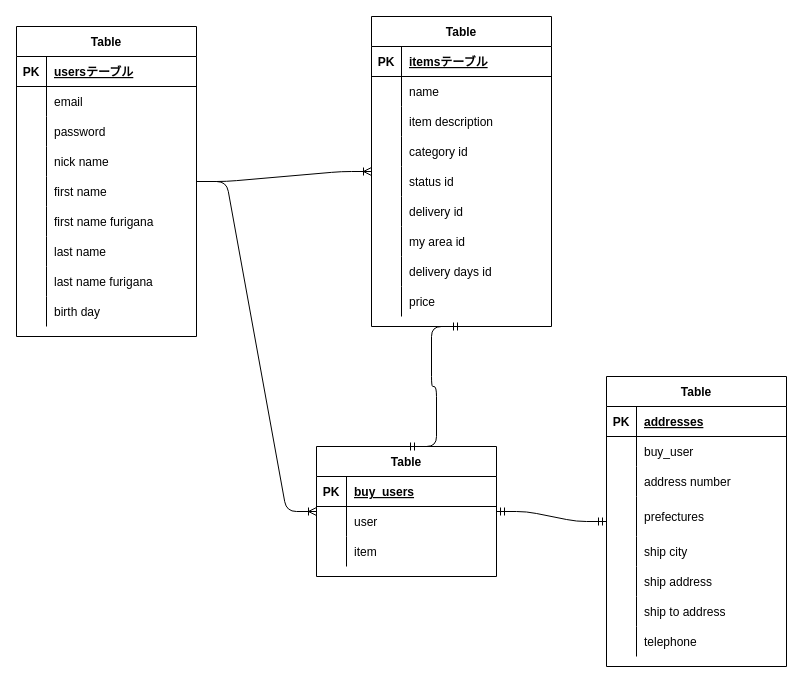
kakipp/furima-34508 keeps this draw.io diagram as test.dio. Above is the earlier version. Source tidied: cells renumbered, new cells numbered last; positions are measured from the earlier drawing's top-left corner, leaving out a move shared by most shapes. Both pictures are drawn from the tidied source at 100%, with x=0, y=0 at pixel (16, 16).
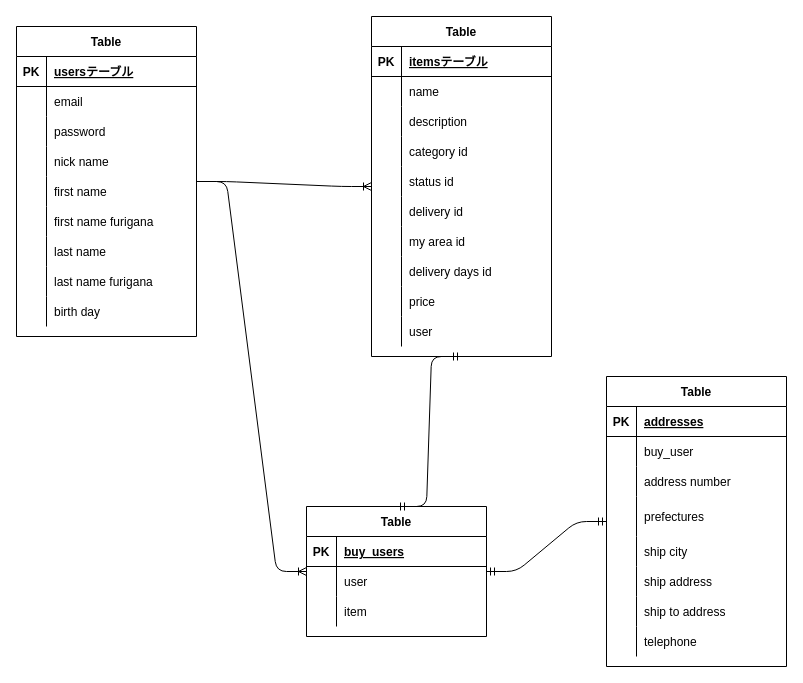
The same diagram, later.

Commit message (it also covers changes not shown here):
テーブル設計の修正4

Unchanged cells that the change refers to:
```xml
<mxCell id="37" style="shape=partialRectangle;fillColor=none;top=0;left=0;bottom=0;right=0;" parent="30" vertex="1">
  <mxGeometry y="90" width="180" height="30" as="geometry" />
</mxCell>
```

Change to the diagram source:
```diff
@@
     <mxCell id="30" value="Table" style="shape=table;startSize=30;childLayout=tableLayout;rowLines=0;fontStyle=1;align=center;" parent="1" vertex="1">
-      <mxGeometry x="355" width="180" height="310" as="geometry" />
+      <mxGeometry x="355" width="180" height="340" as="geometry" />
     </mxCell>
@@
-    <mxCell id="39" value="item description" style="shape=partialRectangle;fillColor=none;top=0;left=0;bottom=0;right=0;align=left;spacingLeft=6;overflow=hidden;" parent="37" vertex="1">
+    <mxCell id="39" value="description" style="shape=partialRectangle;fillColor=none;top=0;left=0;bottom=0;right=0;align=left;spacingLeft=6;overflow=hidden;" parent="37" vertex="1">
       <mxGeometry x="30" width="150" height="30" as="geometry" />
     </mxCell>
@@
+    <mxCell id="97" style="shape=partialRectangle;fillColor=none;top=0;left=0;bottom=0;right=0;" parent="30" vertex="1">
+      <mxGeometry y="300" width="180" height="30" as="geometry" />
+    </mxCell>
+    <mxCell id="98" style="shape=partialRectangle;fillColor=none;top=0;left=0;bottom=0;right=0;overflow=hidden;" parent="97" vertex="1">
+      <mxGeometry width="30" height="30" as="geometry" />
+    </mxCell>
+    <mxCell id="99" value="user" style="shape=partialRectangle;fillColor=none;top=0;left=0;bottom=0;right=0;align=left;spacingLeft=6;overflow=hidden;" parent="97" vertex="1">
+      <mxGeometry x="30" width="150" height="30" as="geometry" />
+    </mxCell>
@@
     <mxCell id="83" value="Table" style="shape=table;startSize=30;childLayout=tableLayout;rowLines=0;fontStyle=1;align=center;" parent="1" vertex="1">
-      <mxGeometry x="300" y="430" width="180" height="130" as="geometry" />
+      <mxGeometry x="290" y="490" width="180" height="130" as="geometry" />
     </mxCell>
```
